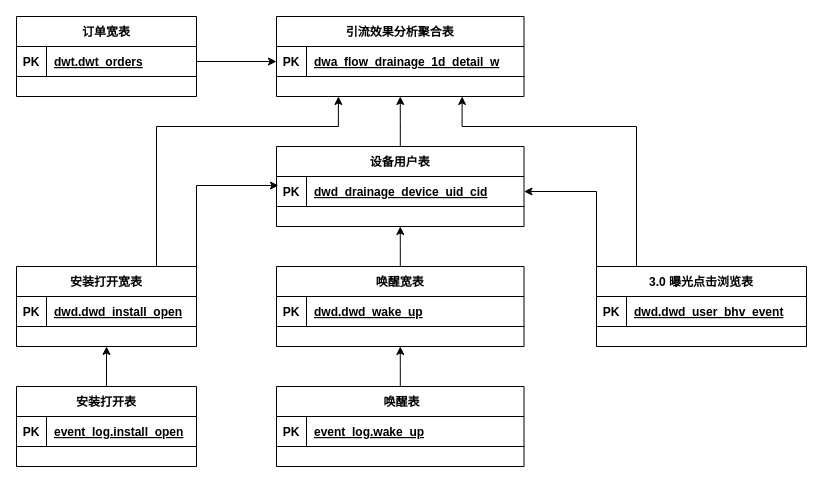
This is m端引流需求.drawio from chuangehh/architecture_diagram, a draw.io file, before an edit. Source tidied: cells renumbered, new cells numbered last; positions are measured from the earlier drawing's top-left corner, leaving out a move shared by most shapes. Both pictures are drawn from the tidied source at 100%, with x=0, y=0 at pixel (16, 16).
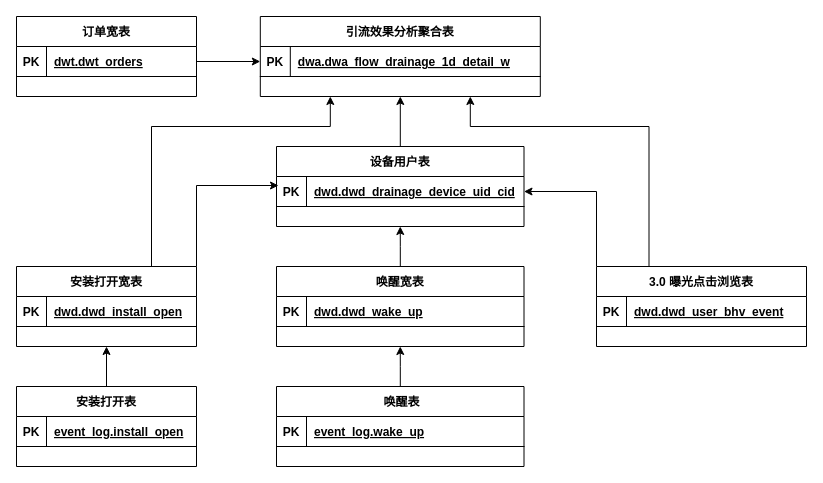
The same page after the edit.

Commit message (it also covers changes not shown here):
更新m端引流需求.drawio

The change refers to these unchanged cells:
```xml
<mxCell id="14" value="安装打开宽表" style="shape=table;startSize=30;childLayout=tableLayout;rowLines=0;fontStyle=1;align=center;" parent="1" vertex="1">
  <mxGeometry y="250" width="180" height="80" as="geometry" />
</mxCell>
<mxCell id="25" value="3.0 曝光点击浏览表" style="shape=table;startSize=30;childLayout=tableLayout;rowLines=0;fontStyle=1;align=center;" parent="1" vertex="1">
  <mxGeometry x="580" y="250" width="210" height="80" as="geometry" />
</mxCell>
<mxCell id="30" value="设备用户表" style="shape=table;startSize=30;childLayout=tableLayout;rowLines=0;fontStyle=1;align=center;" parent="1" vertex="1">
  <mxGeometry x="260" y="130" width="247.5" height="80" as="geometry" />
</mxCell>
<mxCell id="31" style="shape=tableRow;horizontal=0;startSize=0;swimlaneHead=0;swimlaneBody=0;fillColor=none;points=[[0,0.5],[1,0.5]];portConstraint=eastwest;top=0;left=0;right=0;bottom=1;" parent="30" vertex="1">
  <mxGeometry y="30" width="247.5" height="30" as="geometry" />
</mxCell>
```

What changed in the source:
```diff
@@
     <mxCell id="13" style="edgeStyle=orthogonalEdgeStyle;rounded=0;jettySize=auto;html=1;exitX=0.75;exitY=0;exitDx=0;exitDy=0;entryX=0.25;entryY=1;entryDx=0;entryDy=0;" parent="1" edge="1" source="14" target="34">
       <mxGeometry relative="1" as="geometry">
         <Array as="points">
-          <mxPoint x="140" y="250" />
-          <mxPoint x="140" y="110" />
-          <mxPoint x="322" y="110" />
+          <mxPoint x="135" y="110" />
+          <mxPoint x="314" y="110" />
         </Array>
       </mxGeometry>
     </mxCell>
@@
     <mxCell id="24" style="edgeStyle=orthogonalEdgeStyle;rounded=0;jettySize=auto;html=1;exitX=0.25;exitY=0;exitDx=0;exitDy=0;entryX=0.75;entryY=1;entryDx=0;entryDy=0;" parent="1" edge="1" source="25" target="34">
       <mxGeometry relative="1" as="geometry">
         <Array as="points">
-          <mxPoint x="620" y="250" />
-          <mxPoint x="620" y="110" />
-          <mxPoint x="446" y="110" />
+          <mxPoint x="633" y="110" />
+          <mxPoint x="454" y="110" />
         </Array>
       </mxGeometry>
     </mxCell>
@@
-    <mxCell id="29" style="edgeStyle=orthogonalEdgeStyle;rounded=0;jettySize=auto;html=1;entryX=0.5;entryY=1;entryDx=0;entryDy=0;" parent="1" edge="1" source="30" target="34">
-      <mxGeometry relative="1" as="geometry" />
-    </mxCell>
+    <mxCell id="43" style="edgeStyle=orthogonalEdgeStyle;rounded=0;jettySize=auto;html=1;" parent="1" edge="1" source="30">
+      <mxGeometry relative="1" as="geometry">
+        <mxPoint x="383.8" y="80" as="targetPoint" />
+      </mxGeometry>
+    </mxCell>
@@
-    <mxCell id="33" value="dwd_drainage_device_uid_cid" style="shape=partialRectangle;fillColor=none;top=0;left=0;bottom=0;right=0;align=left;spacingLeft=6;fontStyle=5;overflow=hidden;" parent="31" vertex="1">
+    <mxCell id="33" value="dwd.dwd_drainage_device_uid_cid" style="shape=partialRectangle;fillColor=none;top=0;left=0;bottom=0;right=0;align=left;spacingLeft=6;fontStyle=5;overflow=hidden;" parent="31" vertex="1">
       <mxGeometry x="30" width="217.5" height="30" as="geometry" />
     </mxCell>
     <mxCell id="34" value="引流效果分析聚合表" style="shape=table;startSize=30;childLayout=tableLayout;rowLines=0;fontStyle=1;align=center;" parent="1" vertex="1">
-      <mxGeometry x="260" width="247.5" height="80" as="geometry" />
+      <mxGeometry x="243.8" width="280" height="80" as="geometry" />
     </mxCell>
     <mxCell id="35" style="shape=tableRow;horizontal=0;startSize=0;swimlaneHead=0;swimlaneBody=0;fillColor=none;points=[[0,0.5],[1,0.5]];portConstraint=eastwest;top=0;left=0;right=0;bottom=1;" parent="34" vertex="1">
-      <mxGeometry y="30" width="247.5" height="30" as="geometry" />
+      <mxGeometry y="30" width="280" height="30" as="geometry" />
     </mxCell>
@@
-    <mxCell id="37" value="dwa_flow_drainage_1d_detail_w" style="shape=partialRectangle;fillColor=none;top=0;left=0;bottom=0;right=0;align=left;spacingLeft=6;fontStyle=5;overflow=hidden;" parent="35" vertex="1">
-      <mxGeometry x="30" width="217.5" height="30" as="geometry" />
+    <mxCell id="37" value="dwa.dwa_flow_drainage_1d_detail_w" style="shape=partialRectangle;fillColor=none;top=0;left=0;bottom=0;right=0;align=left;spacingLeft=6;fontStyle=5;overflow=hidden;" parent="35" vertex="1">
+      <mxGeometry x="30" width="250" height="30" as="geometry" />
     </mxCell>
```
